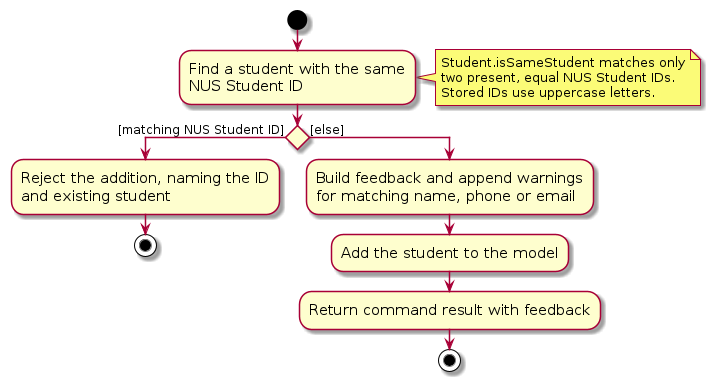
This is diagrams/AddDuplicateCheckActivityDiagram.png from AY2627S1-CS2103T-T16-1/tp, a PlantUML export, as it was before one commit. Its source is kept beside it as diagrams/AddDuplicateCheckActivityDiagram.puml.
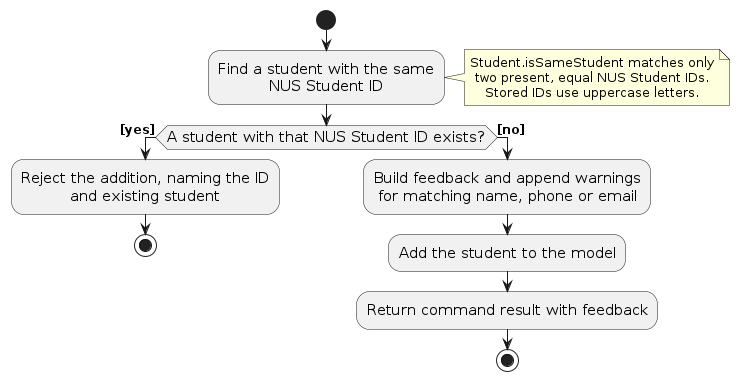
After the commit.

Diff of the diagram source:
```diff
@@ -1,5 +1,5 @@
 @startuml
-skin rose
+!include style.puml
 skinparam ActivityFontSize 15
 skinparam ArrowFontSize 12
 
@@ -12,11 +12,11 @@
   Stored IDs use uppercase letters.
 end note
 
-if () then ([matching NUS Student ID])
+if (A student with that NUS Student ID exists?) then ([yes])
     :Reject the addition, naming the ID
     and existing student;
     stop
-else ([else])
+else ([no])
     :Build feedback and append warnings
     for matching name, phone or email;
     :Add the student to the model;
```
